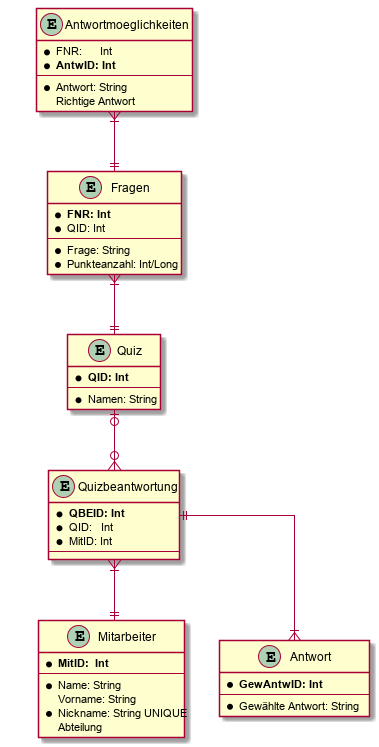
game-admin/game keeps this PlantUML diagram as documentation/diagrams/diagram-classes.png. Above is the earlier version.
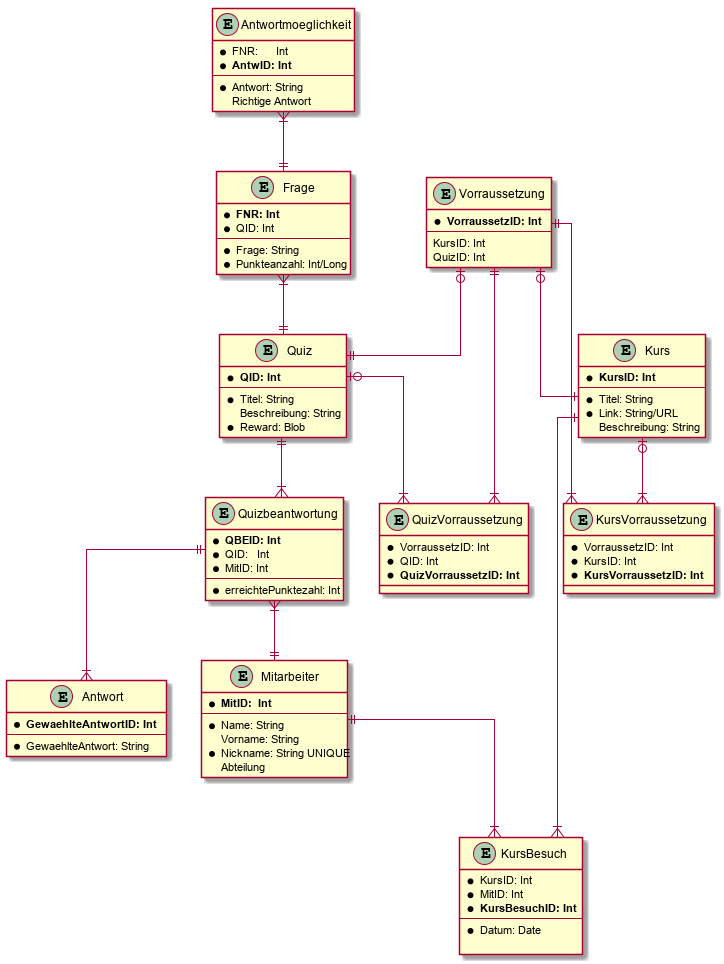
The same diagram one commit later.

Diff of the diagram source:
```diff
@@ -7,7 +7,9 @@
     entity Quiz {
         * **QID: Int**
         --
-        * Namen: String
+        * Titel: String
+        Beschreibung: String
+        * Reward: Blob
     }
 
     entity Quizbeantwortung {
@@ -15,6 +17,7 @@
         * QID:   Int
         * MitID: Int
         --
+        * erreichtePunktezahl: Int
     }
 
     entity Mitarbeiter {
@@ -28,7 +31,7 @@
 
 }
 
-entity Fragen {
+entity Frage {
     * **FNR: Int**
     * QID: Int
     --
@@ -36,7 +39,7 @@
     * Punkteanzahl: Int/Long
 }
 
-entity Antwortmoeglichkeiten {
+entity Antwortmoeglichkeit {
     * FNR:      Int
     * **AntwID: Int**
     --
@@ -45,18 +48,59 @@
 }
 
 entity Antwort {
-    * **GewAntwID: Int**
+    * **GewaehlteAntwortID: Int**
     --
-    * Gewählte Antwort: String
+    * GewaehlteAntwort: String
+}
+
+entity Kurs {
+    * **KursID: Int**
+    --
+    * Titel: String
+    * Link: String/URL
+    Beschreibung: String
+}
+
+entity KursBesuch {
+    * KursID: Int
+    * MitID: Int
+    * **KursBesuchID: Int**
+    --
+    * Datum: Date
+
+}
+
+entity KursVorraussetzung {
+    * VorraussetzID: Int
+    * KursID: Int
+    * **KursVorraussetzID: Int**
+}
+
+entity Vorraussetzung {
+    * **VorraussetzID: Int**
+    --
+    KursID: Int
+    QuizID: Int
+}
+
+entity QuizVorraussetzung {
+    * VorraussetzID: Int
+    * QID: Int
+    * **QuizVorraussetzID: Int**
 }
 
 
-
-
-
-Antwortmoeglichkeiten}|--||Fragen
-Fragen}|--||Quiz
-Quiz|o--o{Quizbeantwortung
+Antwortmoeglichkeit}|--||Frage
+Frage}|--||Quiz
+Quiz||--|{Quizbeantwortung
 Quizbeantwortung}|--||Mitarbeiter
 Quizbeantwortung||--|{Antwort
+Mitarbeiter||--|{KursBesuch
+Kurs||--|{KursBesuch
+Kurs|o--|{KursVorraussetzung
+Vorraussetzung||--|{KursVorraussetzung
+Vorraussetzung|o--||Quiz
+Vorraussetzung|o--||Kurs
+Quiz|o--|{QuizVorraussetzung
+Vorraussetzung||--|{QuizVorraussetzung
 @enduml
```
